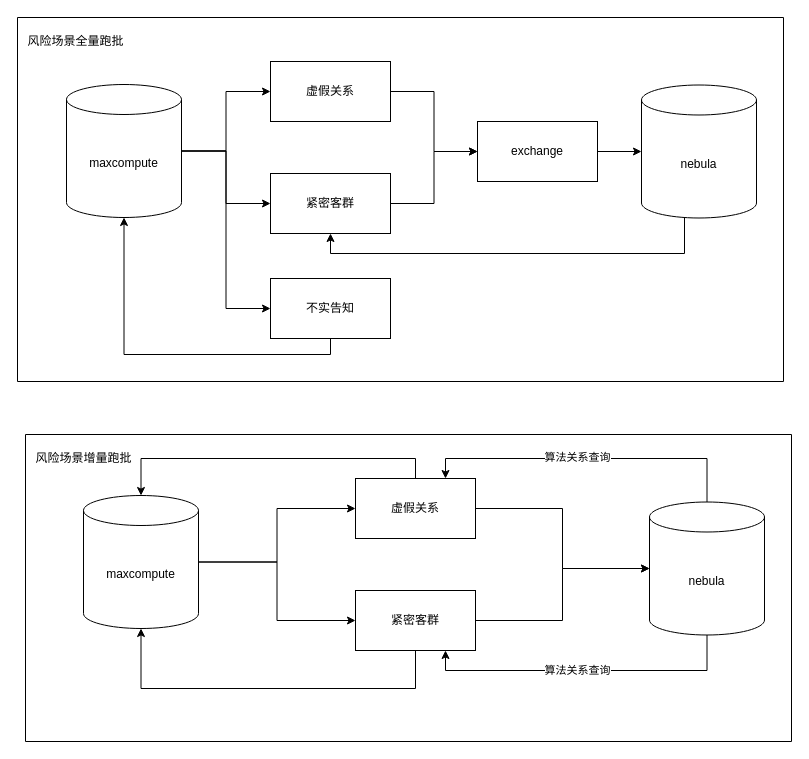
Earlier version of the draw.io diagram page "Page-2" (2 of 4) of 友邦/友邦事中数据流.drawio (XiaoLiuAI/diagrams). Source tidied: cells renumbered, new cells numbered last; positions are measured from the earlier drawing's top-left corner, leaving out a move shared by most shapes. Both pictures are drawn from the tidied source at 100%, with x=0, y=0 at pixel (17, 17).
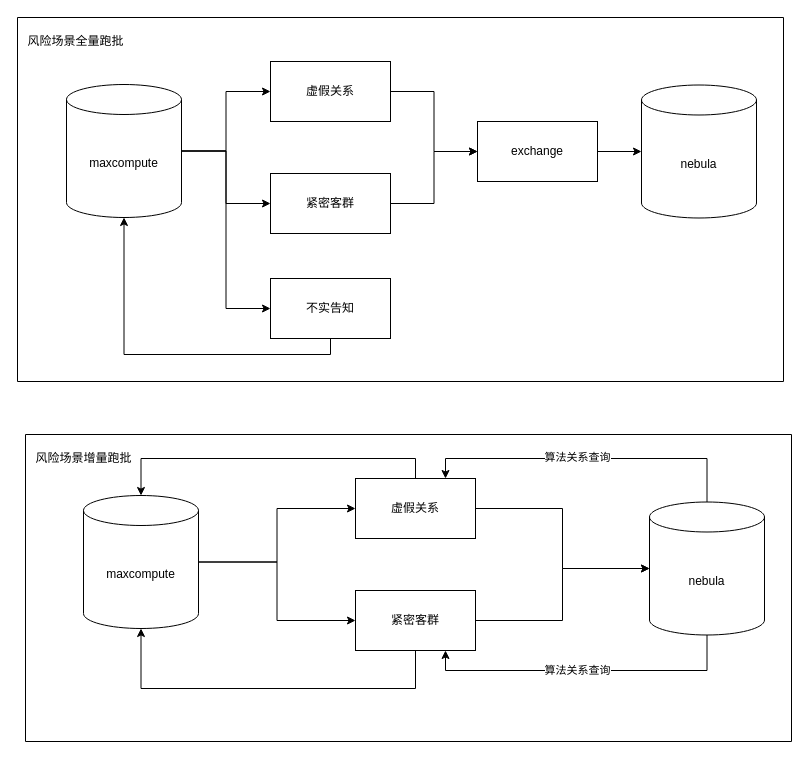
The same diagram, later.

The change refers to these unchanged cells:
```xml
<mxCell id="2" style="swimlane;startSize=0;" parent="1" vertex="1">
  <mxGeometry width="766" height="364" as="geometry" />
</mxCell>
<mxCell id="10" value="紧密客群" style="rounded=0;whiteSpace=wrap;html=1;" parent="2" vertex="1">
  <mxGeometry x="253" y="156" width="120" height="60" as="geometry" />
</mxCell>
<mxCell id="15" value="nebula" style="shape=cylinder3;whiteSpace=wrap;html=1;boundedLbl=1;backgroundOutline=1;size=15;" parent="2" vertex="1">
  <mxGeometry x="624" y="67.5" width="115" height="133" as="geometry" />
</mxCell>
```

Change to the diagram source:
```diff
@@
-    <mxCell id="14" style="edgeStyle=orthogonalEdgeStyle;rounded=0;jettySize=auto;html=1;entryX=0.5;entryY=1;entryDx=0;entryDy=0;" parent="2" edge="1" source="15" target="10">
-      <mxGeometry relative="1" as="geometry">
-        <Array as="points">
-          <mxPoint x="667" y="236" />
-          <mxPoint x="313" y="236" />
-        </Array>
-      </mxGeometry>
-    </mxCell>
```
